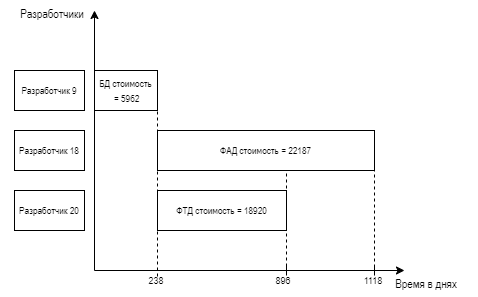
The draw.io diagram Zaoch/19/img/lab4_2.png in meesery/PAS, before a commit. Source tidied: cells renumbered, new cells last; positions are measured from the earlier drawing's top-left corner, leaving out a move shared by most shapes. Its diagram source:
```xml
<mxGraphModel>
  <root>
    <mxCell id="0" />
    <mxCell id="1" parent="0" />
    <mxCell id="2" style="endArrow=classic;html=1;rounded=0;" parent="1" edge="1">
      <mxGeometry relative="1" as="geometry">
        <mxPoint x="94" y="270" as="sourcePoint" />
        <mxPoint x="94" y="10" as="targetPoint" />
      </mxGeometry>
    </mxCell>
    <mxCell id="3" style="endArrow=classic;html=1;rounded=0;" parent="1" edge="1">
      <mxGeometry relative="1" as="geometry">
        <mxPoint x="94" y="270" as="sourcePoint" />
        <mxPoint x="404" y="270" as="targetPoint" />
      </mxGeometry>
    </mxCell>
    <mxCell id="4" style="endArrow=none;html=1;rounded=0;" parent="1" edge="1">
      <mxGeometry relative="1" as="geometry">
        <mxPoint x="374" y="275" as="sourcePoint" />
        <mxPoint x="374" y="265" as="targetPoint" />
      </mxGeometry>
    </mxCell>
    <mxCell id="5" value="&lt;font style=&quot;font-size: 9px;&quot;&gt;1118&lt;/font&gt;" style="text;html=1;strokeColor=none;fillColor=none;align=center;verticalAlign=middle;whiteSpace=wrap;rounded=0;" parent="1" vertex="1">
      <mxGeometry x="358" y="270" width="30" height="20" as="geometry" />
    </mxCell>
    <mxCell id="6" value="&lt;font style=&quot;font-size: 10px;&quot; face=&quot;Arial Narrow&quot;&gt;Разработчик 9&lt;/font&gt;" style="rounded=0;whiteSpace=wrap;html=1;" parent="1" vertex="1">
      <mxGeometry x="14" y="70" width="70" height="40" as="geometry" />
    </mxCell>
    <mxCell id="7" value="&lt;font style=&quot;font-size: 10px;&quot; face=&quot;Arial Narrow&quot;&gt;Разработчик 18&lt;/font&gt;" style="rounded=0;whiteSpace=wrap;html=1;" parent="1" vertex="1">
      <mxGeometry x="14" y="130" width="70" height="40" as="geometry" />
    </mxCell>
    <mxCell id="8" value="&lt;font style=&quot;font-size: 10px;&quot; face=&quot;Arial Narrow&quot;&gt;Разработчик 20&lt;br&gt;&lt;/font&gt;" style="rounded=0;whiteSpace=wrap;html=1;" parent="1" vertex="1">
      <mxGeometry x="14" y="190" width="70" height="40" as="geometry" />
    </mxCell>
    <mxCell id="9" style="endArrow=none;html=1;rounded=0;dashed=1;" parent="1" edge="1">
      <mxGeometry relative="1" as="geometry">
        <mxPoint x="157" y="276" as="sourcePoint" />
        <mxPoint x="157" y="70" as="targetPoint" />
      </mxGeometry>
    </mxCell>
    <mxCell id="10" value="&lt;font style=&quot;font-size: 9px;&quot;&gt;238&lt;/font&gt;" style="text;html=1;strokeColor=none;fillColor=none;align=center;verticalAlign=middle;whiteSpace=wrap;rounded=0;" parent="1" vertex="1">
      <mxGeometry x="141" y="270" width="30" height="20" as="geometry" />
    </mxCell>
    <mxCell id="11" value="&lt;font face=&quot;Arial Narrow&quot;&gt;&lt;span style=&quot;font-size: 10px;&quot;&gt;БД стоимость&lt;br&gt;&amp;nbsp;= 5962&lt;br&gt;&lt;/span&gt;&lt;/font&gt;" style="rounded=0;whiteSpace=wrap;html=1;" parent="1" vertex="1">
      <mxGeometry x="94" y="70" width="63" height="40" as="geometry" />
    </mxCell>
    <mxCell id="12" style="endArrow=none;html=1;rounded=0;" parent="1" edge="1">
      <mxGeometry relative="1" as="geometry">
        <mxPoint x="286" y="275" as="sourcePoint" />
        <mxPoint x="286" y="265" as="targetPoint" />
      </mxGeometry>
    </mxCell>
    <mxCell id="13" value="&lt;font style=&quot;font-size: 9px;&quot;&gt;896&lt;/font&gt;" style="text;html=1;strokeColor=none;fillColor=none;align=center;verticalAlign=middle;whiteSpace=wrap;rounded=0;" parent="1" vertex="1">
      <mxGeometry x="268" y="270" width="30" height="20" as="geometry" />
    </mxCell>
    <mxCell id="14" style="endArrow=none;html=1;rounded=0;dashed=1;" parent="1" edge="1">
      <mxGeometry relative="1" as="geometry">
        <mxPoint x="286" y="272" as="sourcePoint" />
        <mxPoint x="286" y="129" as="targetPoint" />
      </mxGeometry>
    </mxCell>
    <mxCell id="15" style="endArrow=none;html=1;rounded=0;dashed=1;entryX=1;entryY=0;entryDx=0;entryDy=0;" parent="1" edge="1" target="18">
      <mxGeometry relative="1" as="geometry">
        <mxPoint x="374" y="273" as="sourcePoint" />
      </mxGeometry>
    </mxCell>
    <mxCell id="16" value="&lt;font face=&quot;Arial Narrow&quot;&gt;Разработчики&lt;/font&gt;" style="text;html=1;strokeColor=none;fillColor=none;align=center;verticalAlign=middle;whiteSpace=wrap;rounded=0;" parent="1" vertex="1">
      <mxGeometry width="104" height="27" as="geometry" />
    </mxCell>
    <mxCell id="17" value="&lt;font face=&quot;Arial Narrow&quot;&gt;Время в днях&lt;/font&gt;" style="text;html=1;strokeColor=none;fillColor=none;align=center;verticalAlign=middle;whiteSpace=wrap;rounded=0;" parent="1" vertex="1">
      <mxGeometry x="374" y="270" width="104" height="27" as="geometry" />
    </mxCell>
    <mxCell id="18" value="&lt;font face=&quot;Arial Narrow&quot;&gt;&lt;span style=&quot;font-size: 10px;&quot;&gt;ФАД стоимость = 22187&lt;/span&gt;&lt;/font&gt;" style="rounded=0;whiteSpace=wrap;html=1;" parent="1" vertex="1">
      <mxGeometry x="157" y="130" width="217" height="40" as="geometry" />
    </mxCell>
    <mxCell id="19" value="&lt;font face=&quot;Arial Narrow&quot;&gt;&lt;span style=&quot;font-size: 10px;&quot;&gt;ФТД стоимость = 18920&lt;/span&gt;&lt;/font&gt;" style="rounded=0;whiteSpace=wrap;html=1;" parent="1" vertex="1">
      <mxGeometry x="157" y="190" width="129" height="40" as="geometry" />
    </mxCell>
  </root>
</mxGraphModel>
```
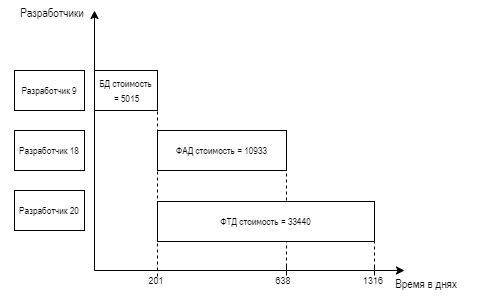
After the commit.

Change to the diagram source:
```diff
@@ -20,7 +20,7 @@
         <mxPoint x="374" y="265" as="targetPoint" />
       </mxGeometry>
     </mxCell>
-    <mxCell id="5" value="&lt;font style=&quot;font-size: 9px;&quot;&gt;1118&lt;/font&gt;" style="text;html=1;strokeColor=none;fillColor=none;align=center;verticalAlign=middle;whiteSpace=wrap;rounded=0;" parent="1" vertex="1">
+    <mxCell id="5" value="&lt;font style=&quot;font-size: 9px;&quot;&gt;1316&lt;/font&gt;" style="text;html=1;strokeColor=none;fillColor=none;align=center;verticalAlign=middle;whiteSpace=wrap;rounded=0;" parent="1" vertex="1">
       <mxGeometry x="358" y="270" width="30" height="20" as="geometry" />
     </mxCell>
     <mxCell id="6" value="&lt;font style=&quot;font-size: 10px;&quot; face=&quot;Arial Narrow&quot;&gt;Разработчик 9&lt;/font&gt;" style="rounded=0;whiteSpace=wrap;html=1;" parent="1" vertex="1">
@@ -38,10 +38,10 @@
         <mxPoint x="157" y="70" as="targetPoint" />
       </mxGeometry>
     </mxCell>
-    <mxCell id="10" value="&lt;font style=&quot;font-size: 9px;&quot;&gt;238&lt;/font&gt;" style="text;html=1;strokeColor=none;fillColor=none;align=center;verticalAlign=middle;whiteSpace=wrap;rounded=0;" parent="1" vertex="1">
+    <mxCell id="10" value="&lt;font style=&quot;font-size: 9px;&quot;&gt;201&lt;/font&gt;" style="text;html=1;strokeColor=none;fillColor=none;align=center;verticalAlign=middle;whiteSpace=wrap;rounded=0;" parent="1" vertex="1">
       <mxGeometry x="141" y="270" width="30" height="20" as="geometry" />
     </mxCell>
-    <mxCell id="11" value="&lt;font face=&quot;Arial Narrow&quot;&gt;&lt;span style=&quot;font-size: 10px;&quot;&gt;БД стоимость&lt;br&gt;&amp;nbsp;= 5962&lt;br&gt;&lt;/span&gt;&lt;/font&gt;" style="rounded=0;whiteSpace=wrap;html=1;" parent="1" vertex="1">
+    <mxCell id="11" value="&lt;font face=&quot;Arial Narrow&quot;&gt;&lt;span style=&quot;font-size: 10px;&quot;&gt;БД стоимость&lt;br&gt;&amp;nbsp;= 5015&lt;br&gt;&lt;/span&gt;&lt;/font&gt;" style="rounded=0;whiteSpace=wrap;html=1;" parent="1" vertex="1">
       <mxGeometry x="94" y="70" width="63" height="40" as="geometry" />
     </mxCell>
     <mxCell id="12" style="endArrow=none;html=1;rounded=0;" parent="1" edge="1">
@@ -50,7 +50,7 @@
         <mxPoint x="286" y="265" as="targetPoint" />
       </mxGeometry>
     </mxCell>
-    <mxCell id="13" value="&lt;font style=&quot;font-size: 9px;&quot;&gt;896&lt;/font&gt;" style="text;html=1;strokeColor=none;fillColor=none;align=center;verticalAlign=middle;whiteSpace=wrap;rounded=0;" parent="1" vertex="1">
+    <mxCell id="13" value="&lt;font style=&quot;font-size: 9px;&quot;&gt;638&lt;/font&gt;" style="text;html=1;strokeColor=none;fillColor=none;align=center;verticalAlign=middle;whiteSpace=wrap;rounded=0;" parent="1" vertex="1">
       <mxGeometry x="268" y="270" width="30" height="20" as="geometry" />
     </mxCell>
     <mxCell id="14" style="endArrow=none;html=1;rounded=0;dashed=1;" parent="1" edge="1">
@@ -70,11 +70,11 @@
     <mxCell id="17" value="&lt;font face=&quot;Arial Narrow&quot;&gt;Время в днях&lt;/font&gt;" style="text;html=1;strokeColor=none;fillColor=none;align=center;verticalAlign=middle;whiteSpace=wrap;rounded=0;" parent="1" vertex="1">
       <mxGeometry x="374" y="270" width="104" height="27" as="geometry" />
     </mxCell>
-    <mxCell id="18" value="&lt;font face=&quot;Arial Narrow&quot;&gt;&lt;span style=&quot;font-size: 10px;&quot;&gt;ФАД стоимость = 22187&lt;/span&gt;&lt;/font&gt;" style="rounded=0;whiteSpace=wrap;html=1;" parent="1" vertex="1">
-      <mxGeometry x="157" y="130" width="217" height="40" as="geometry" />
+    <mxCell id="18" value="&lt;font face=&quot;Arial Narrow&quot;&gt;&lt;span style=&quot;font-size: 10px;&quot;&gt;ФТД стоимость = 33440&lt;/span&gt;&lt;/font&gt;" style="rounded=0;whiteSpace=wrap;html=1;" parent="1" vertex="1">
+      <mxGeometry x="157" y="201" width="217" height="40" as="geometry" />
     </mxCell>
-    <mxCell id="19" value="&lt;font face=&quot;Arial Narrow&quot;&gt;&lt;span style=&quot;font-size: 10px;&quot;&gt;ФТД стоимость = 18920&lt;/span&gt;&lt;/font&gt;" style="rounded=0;whiteSpace=wrap;html=1;" parent="1" vertex="1">
-      <mxGeometry x="157" y="190" width="129" height="40" as="geometry" />
+    <mxCell id="19" value="&lt;font face=&quot;Arial Narrow&quot;&gt;&lt;span style=&quot;font-size: 10px;&quot;&gt;ФАД стоимость = 10933&lt;/span&gt;&lt;/font&gt;" style="rounded=0;whiteSpace=wrap;html=1;" parent="1" vertex="1">
+      <mxGeometry x="157" y="130" width="129" height="40" as="geometry" />
     </mxCell>
   </root>
 </mxGraphModel>
```
